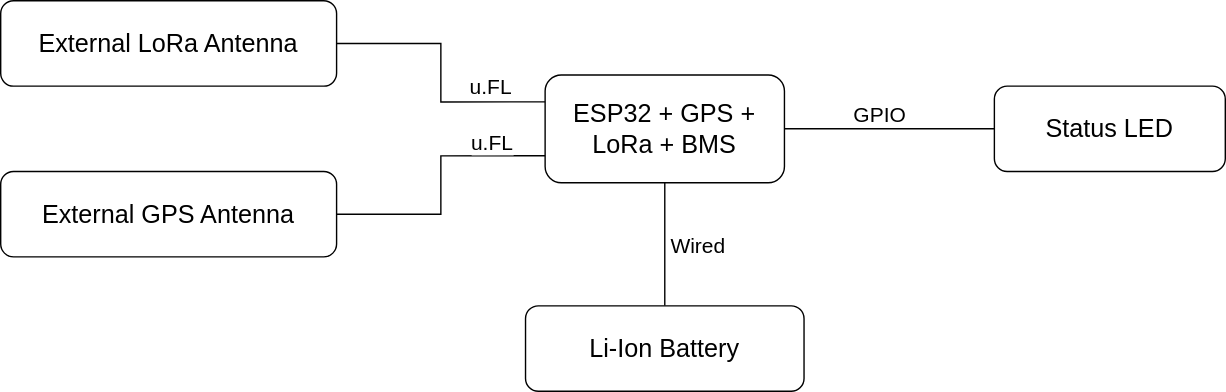
Above: SailTrack Radio/hardware-diagram.svg in metisvela/sailtrack (draw.io), before the change. Source tidied: cells renumbered, new cells last; positions are measured from the earlier drawing's top-left corner, leaving out a move shared by most shapes.
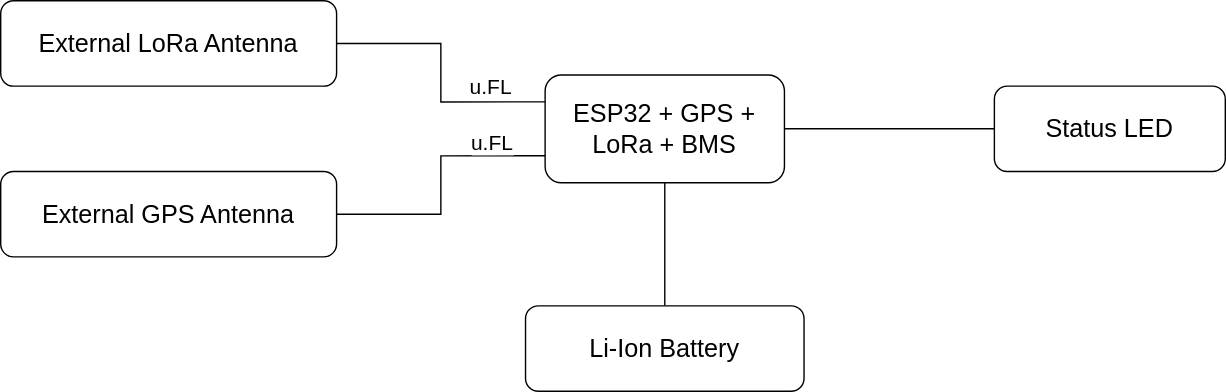
The same file after the commit.

Change to the diagram source:
```diff
@@ -5,22 +5,12 @@
     <mxCell id="2" style="edgeStyle=orthogonalEdgeStyle;rounded=0;jettySize=auto;html=1;exitX=1;exitY=0.5;exitDx=0;exitDy=0;entryX=0;entryY=0.5;entryDx=0;entryDy=0;endArrow=none;endFill=0;fontSize=15;" parent="1" edge="1" source="4" target="14">
       <mxGeometry relative="1" as="geometry" />
     </mxCell>
-    <mxCell id="3" value="GPIO" style="edgeLabel;html=1;align=center;verticalAlign=bottom;fontSize=15;" parent="2" vertex="1">
-      <mxGeometry x="-0.66" relative="1" as="geometry">
-        <mxPoint x="42.7" as="offset" />
-      </mxGeometry>
-    </mxCell>
     <mxCell id="4" value="ESP32 + GPS + LoRa + BMS" style="rounded=1;whiteSpace=wrap;html=1;fontSize=18;" parent="1" vertex="1">
       <mxGeometry x="389" y="53" width="171" height="77" as="geometry" />
     </mxCell>
     <mxCell id="5" style="edgeStyle=orthogonalEdgeStyle;rounded=0;jettySize=auto;html=1;exitX=0.5;exitY=0;exitDx=0;exitDy=0;entryX=0.5;entryY=1;entryDx=0;entryDy=0;endArrow=none;endFill=0;" parent="1" edge="1" source="7" target="4">
       <mxGeometry relative="1" as="geometry" />
     </mxCell>
-    <mxCell id="6" value="Wired" style="edgeLabel;html=1;align=left;verticalAlign=middle;fontSize=15;" parent="5" vertex="1">
-      <mxGeometry y="2" relative="1" as="geometry">
-        <mxPoint x="4" as="offset" />
-      </mxGeometry>
-    </mxCell>
     <mxCell id="7" value="Li-Ion Battery" style="rounded=1;whiteSpace=wrap;html=1;fontSize=18;" parent="1" vertex="1">
       <mxGeometry x="375" y="218" width="199" height="61" as="geometry" />
     </mxCell>
```
